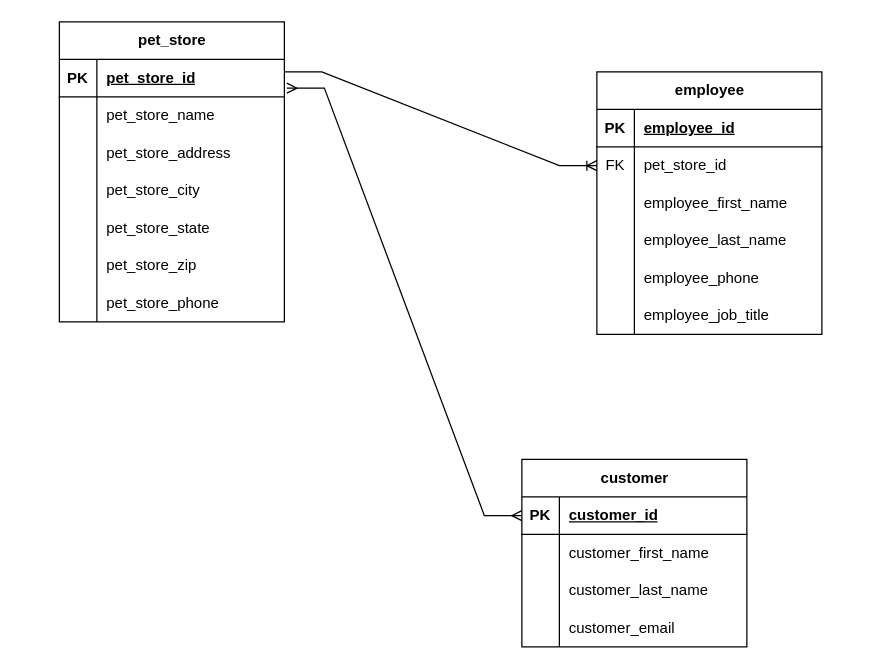
Before: PetStoreERD.drawio in WarblerNiche/pet-store, a draw.io diagram. Source tidied: cells renumbered, new cells numbered last; positions are measured from the earlier drawing's top-left corner, leaving out a move shared by most shapes. Both pictures are drawn from the tidied source at 125%, with x=0, y=0 at pixel (59, 21).
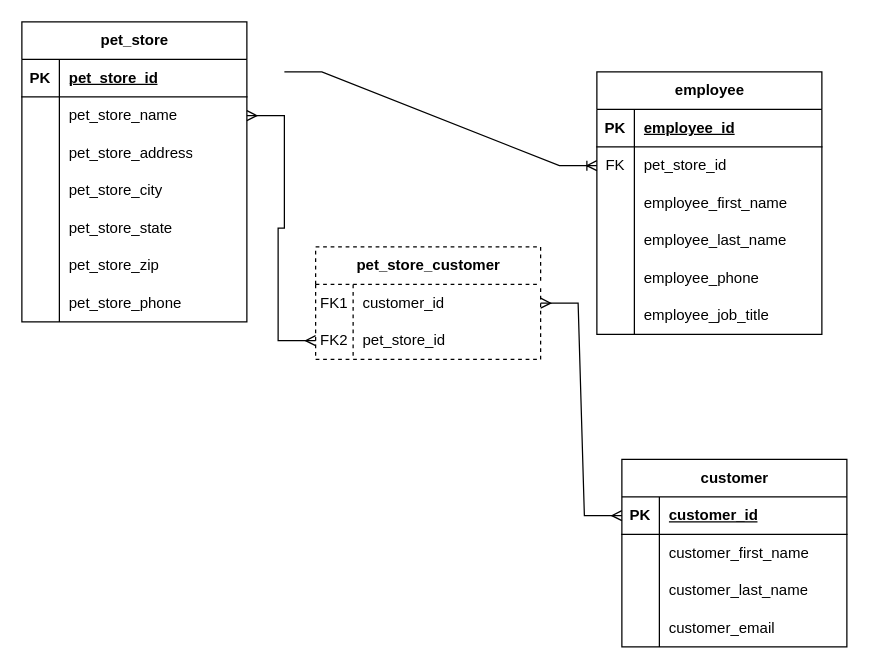
The same diagram, later.

Unchanged cells that the change refers to:
```xml
<mxCell id="3" style="shape=tableRow;horizontal=0;startSize=0;swimlaneHead=0;swimlaneBody=0;fillColor=none;points=[[0,0.5],[1,0.5]];portConstraint=eastwest;top=0;left=0;right=0;bottom=1;" parent="2" vertex="1">
  <mxGeometry y="30" width="180" height="30" as="geometry" />
</mxCell>
<mxCell id="6" style="shape=tableRow;horizontal=0;startSize=0;swimlaneHead=0;swimlaneBody=0;fillColor=none;points=[[0,0.5],[1,0.5]];portConstraint=eastwest;top=0;left=0;right=0;bottom=0;" parent="2" vertex="1">
  <mxGeometry y="60" width="180" height="30" as="geometry" />
</mxCell>
<mxCell id="44" style="shape=tableRow;horizontal=0;startSize=0;swimlaneHead=0;swimlaneBody=0;fillColor=none;points=[[0,0.5],[1,0.5]];portConstraint=eastwest;top=0;left=0;right=0;bottom=1;" parent="43" vertex="1">
  <mxGeometry y="30" width="180" height="30" as="geometry" />
</mxCell>
```

What changed in the source:
```diff
@@
     <mxCell id="2" value="pet_store" style="shape=table;startSize=30;childLayout=tableLayout;rowLines=0;fontStyle=1;align=center;html=1;" parent="1" vertex="1">
-      <mxGeometry width="180" height="240" as="geometry" />
+      <mxGeometry x="-30" width="180" height="240" as="geometry" />
     </mxCell>
@@
     <mxCell id="43" value="customer" style="shape=table;startSize=30;childLayout=tableLayout;rowLines=0;fontStyle=1;align=center;html=1;" parent="1" vertex="1">
-      <mxGeometry x="370" y="350" width="180" height="150" as="geometry" />
+      <mxGeometry x="450" y="350" width="180" height="150" as="geometry" />
     </mxCell>
@@
-    <mxCell id="57" style="edgeStyle=entityRelationEdgeStyle;fontSize=12;html=1;endArrow=ERmany;startArrow=ERmany;rounded=0;entryX=0;entryY=0.5;entryDx=0;entryDy=0;exitX=1.011;exitY=0.767;exitDx=0;exitDy=0;exitPerimeter=0;" parent="1" edge="1" source="3" target="44">
+    <mxCell id="57" style="edgeStyle=entityRelationEdgeStyle;fontSize=12;html=1;endArrow=ERmany;startArrow=ERmany;rounded=0;entryX=0;entryY=0.5;entryDx=0;entryDy=0;exitX=1;exitY=0.5;exitDx=0;exitDy=0;" parent="1" edge="1" source="59" target="44">
       <mxGeometry relative="1" as="geometry" />
     </mxCell>
+    <mxCell id="58" value="pet_store_customer" style="shape=table;startSize=30;childLayout=tableLayout;rowLines=0;fontStyle=1;align=center;html=1;dashed=1;" parent="1" vertex="1">
+      <mxGeometry x="205" y="180" width="180" height="90" as="geometry" />
+    </mxCell>
+    <mxCell id="59" style="shape=tableRow;horizontal=0;startSize=0;swimlaneHead=0;swimlaneBody=0;fillColor=none;points=[[0,0.5],[1,0.5]];portConstraint=eastwest;top=0;left=0;right=0;bottom=0;" parent="58" vertex="1">
+      <mxGeometry y="30" width="180" height="30" as="geometry" />
+    </mxCell>
+    <mxCell id="60" value="FK1" style="shape=partialRectangle;fillColor=none;top=0;left=0;bottom=0;right=0;overflow=hidden;whiteSpace=wrap;html=1;" parent="59" vertex="1">
+      <mxGeometry width="30" height="30" as="geometry" />
+    </mxCell>
+    <mxCell id="61" value="customer_id" style="shape=partialRectangle;fillColor=none;top=0;left=0;bottom=0;right=0;align=left;spacingLeft=6;overflow=hidden;whiteSpace=wrap;html=1;" parent="59" vertex="1">
+      <mxGeometry x="30" width="150" height="30" as="geometry" />
+    </mxCell>
+    <mxCell id="62" style="shape=tableRow;horizontal=0;startSize=0;swimlaneHead=0;swimlaneBody=0;fillColor=none;points=[[0,0.5],[1,0.5]];portConstraint=eastwest;top=0;left=0;right=0;bottom=0;" parent="58" vertex="1">
+      <mxGeometry y="60" width="180" height="30" as="geometry" />
+    </mxCell>
+    <mxCell id="63" value="FK2" style="shape=partialRectangle;fillColor=none;top=0;left=0;bottom=0;right=0;overflow=hidden;whiteSpace=wrap;html=1;" parent="62" vertex="1">
+      <mxGeometry width="30" height="30" as="geometry" />
+    </mxCell>
+    <mxCell id="64" value="pet_store_id" style="shape=partialRectangle;fillColor=none;top=0;left=0;bottom=0;right=0;align=left;spacingLeft=6;overflow=hidden;whiteSpace=wrap;html=1;" parent="62" vertex="1">
+      <mxGeometry x="30" width="150" height="30" as="geometry" />
+    </mxCell>
+    <mxCell id="65" style="edgeStyle=entityRelationEdgeStyle;fontSize=12;html=1;endArrow=ERmany;startArrow=ERmany;rounded=0;entryX=0;entryY=0.5;entryDx=0;entryDy=0;exitX=1;exitY=0.5;exitDx=0;exitDy=0;" parent="1" edge="1" source="6" target="62">
+      <mxGeometry relative="1" as="geometry" />
+    </mxCell>
```
